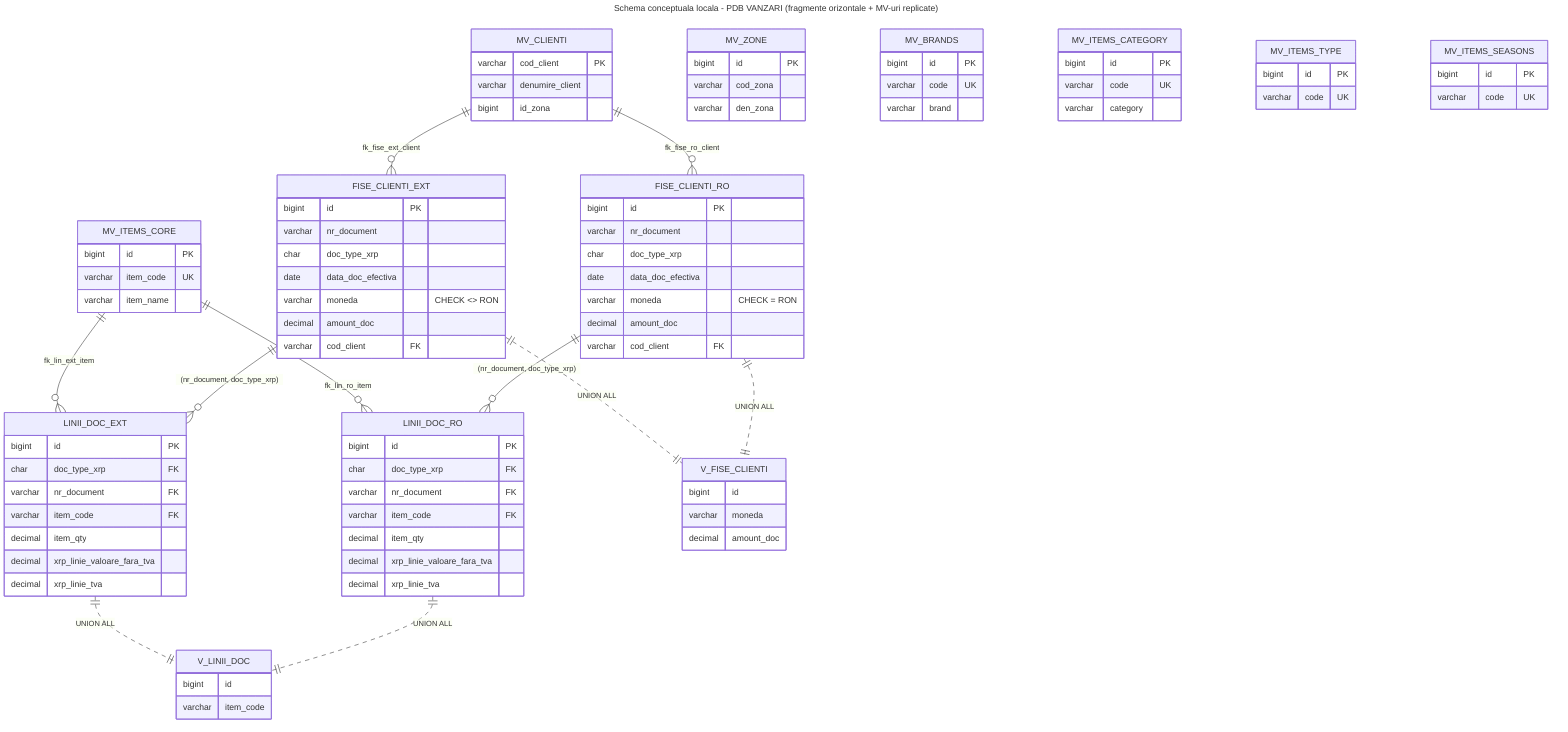
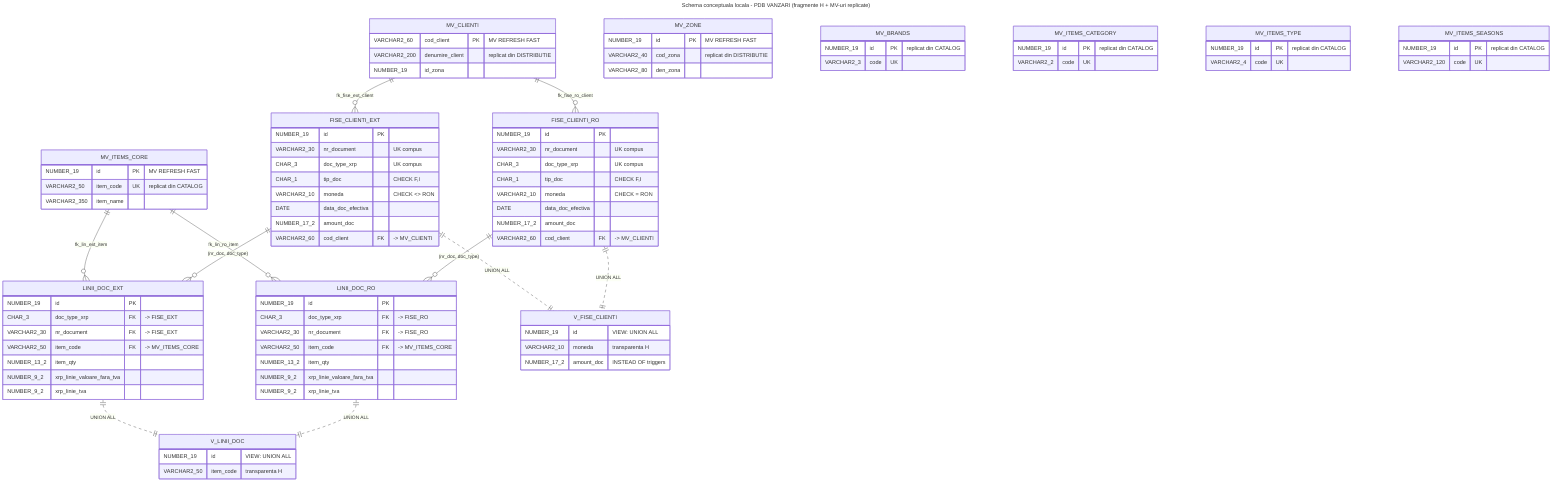
---
- title: Schema conceptuala locala - PDB VANZARI (fragmente orizontale + MV-uri replicate)
+ title: Schema conceptuala locala - PDB VANZARI (fragmente H + MV-uri replicate)
---
erDiagram
  FISE_CLIENTI_RO {
-     bigint id PK
-     varchar nr_document
-     char doc_type_xrp
-     date data_doc_efectiva
-     varchar moneda "CHECK = RON"
-     decimal amount_doc
-     varchar cod_client FK
+     NUMBER_19 id PK
+     VARCHAR2_30 nr_document "UK compus"
+     CHAR_3 doc_type_xrp "UK compus"
+     CHAR_1 tip_doc "CHECK F,I"
+     VARCHAR2_10 moneda "CHECK = RON"
+     DATE data_doc_efectiva
+     NUMBER_17_2 amount_doc
+     VARCHAR2_60 cod_client FK "-> MV_CLIENTI"
  }
  FISE_CLIENTI_EXT {
-     bigint id PK
-     varchar nr_document
-     char doc_type_xrp
-     date data_doc_efectiva
-     varchar moneda "CHECK <> RON"
-     decimal amount_doc
-     varchar cod_client FK
+     NUMBER_19 id PK
+     VARCHAR2_30 nr_document "UK compus"
+     CHAR_3 doc_type_xrp "UK compus"
+     CHAR_1 tip_doc "CHECK F,I"
+     VARCHAR2_10 moneda "CHECK <> RON"
+     DATE data_doc_efectiva
+     NUMBER_17_2 amount_doc
+     VARCHAR2_60 cod_client FK "-> MV_CLIENTI"
  }
  LINII_DOC_RO {
-     bigint id PK
-     char doc_type_xrp FK
-     varchar nr_document FK
-     varchar item_code FK
-     decimal item_qty
-     decimal xrp_linie_valoare_fara_tva
-     decimal xrp_linie_tva
+     NUMBER_19 id PK
+     CHAR_3 doc_type_xrp FK "-> FISE_RO"
+     VARCHAR2_30 nr_document FK "-> FISE_RO"
+     VARCHAR2_50 item_code FK "-> MV_ITEMS_CORE"
+     NUMBER_13_2 item_qty
+     NUMBER_9_2 xrp_linie_valoare_fara_tva
+     NUMBER_9_2 xrp_linie_tva
  }
  LINII_DOC_EXT {
-     bigint id PK
-     char doc_type_xrp FK
-     varchar nr_document FK
-     varchar item_code FK
-     decimal item_qty
-     decimal xrp_linie_valoare_fara_tva
-     decimal xrp_linie_tva
+     NUMBER_19 id PK
+     CHAR_3 doc_type_xrp FK "-> FISE_EXT"
+     VARCHAR2_30 nr_document FK "-> FISE_EXT"
+     VARCHAR2_50 item_code FK "-> MV_ITEMS_CORE"
+     NUMBER_13_2 item_qty
+     NUMBER_9_2 xrp_linie_valoare_fara_tva
+     NUMBER_9_2 xrp_linie_tva
  }
  V_FISE_CLIENTI {
-     bigint id
-     varchar moneda
-     decimal amount_doc
+     NUMBER_19 id "VIEW: UNION ALL"
+     VARCHAR2_10 moneda "transparenta H"
+     NUMBER_17_2 amount_doc "INSTEAD OF triggers"
  }
  V_LINII_DOC {
-     bigint id
-     varchar item_code
+     NUMBER_19 id "VIEW: UNION ALL"
+     VARCHAR2_50 item_code "transparenta H"
  }
  MV_CLIENTI {
-     varchar cod_client PK
-     varchar denumire_client
-     bigint id_zona
+     VARCHAR2_60 cod_client PK "MV REFRESH FAST"
+     VARCHAR2_200 denumire_client "replicat din DISTRIBUTIE"
+     NUMBER_19 id_zona
  }
  MV_ZONE {
-     bigint id PK
-     varchar cod_zona
-     varchar den_zona
+     NUMBER_19 id PK "MV REFRESH FAST"
+     VARCHAR2_40 cod_zona "replicat din DISTRIBUTIE"
+     VARCHAR2_80 den_zona
  }
  MV_ITEMS_CORE {
-     bigint id PK
-     varchar item_code UK
-     varchar item_name
+     NUMBER_19 id PK "MV REFRESH FAST"
+     VARCHAR2_50 item_code UK "replicat din CATALOG"
+     VARCHAR2_350 item_name
  }
  MV_BRANDS {
-     bigint id PK
-     varchar code UK
-     varchar brand
+     NUMBER_19 id PK "replicat din CATALOG"
+     VARCHAR2_3 code UK
  }
  MV_ITEMS_CATEGORY {
-     bigint id PK
-     varchar code UK
-     varchar category
+     NUMBER_19 id PK "replicat din CATALOG"
+     VARCHAR2_2 code UK
  }
  MV_ITEMS_TYPE {
-     bigint id PK
-     varchar code UK
+     NUMBER_19 id PK "replicat din CATALOG"
+     VARCHAR2_4 code UK
  }
  MV_ITEMS_SEASONS {
-     bigint id PK
-     varchar code UK
+     NUMBER_19 id PK "replicat din CATALOG"
+     VARCHAR2_120 code UK
  }
-   FISE_CLIENTI_RO ||--o{ LINII_DOC_RO : "(nr_document, doc_type_xrp)"
-   FISE_CLIENTI_EXT ||--o{ LINII_DOC_EXT : "(nr_document, doc_type_xrp)"
-   FISE_CLIENTI_RO ||..|| V_FISE_CLIENTI : "UNION ALL"
+ 
+   FISE_CLIENTI_RO  ||--o{ LINII_DOC_RO  : "(nr_doc, doc_type)"
+   FISE_CLIENTI_EXT ||--o{ LINII_DOC_EXT : "(nr_doc, doc_type)"
+   FISE_CLIENTI_RO  ||..|| V_FISE_CLIENTI : "UNION ALL"
  FISE_CLIENTI_EXT ||..|| V_FISE_CLIENTI : "UNION ALL"
-   LINII_DOC_RO ||..|| V_LINII_DOC : "UNION ALL"
-   LINII_DOC_EXT ||..|| V_LINII_DOC : "UNION ALL"
-   MV_CLIENTI ||--o{ FISE_CLIENTI_RO : "fk_fise_ro_client"
-   MV_CLIENTI ||--o{ FISE_CLIENTI_EXT : "fk_fise_ext_client"
-   MV_ITEMS_CORE ||--o{ LINII_DOC_RO : "fk_lin_ro_item"
-   MV_ITEMS_CORE ||--o{ LINII_DOC_EXT : "fk_lin_ext_item"
+   LINII_DOC_RO     ||..|| V_LINII_DOC   : "UNION ALL"
+   LINII_DOC_EXT    ||..|| V_LINII_DOC   : "UNION ALL"
+   MV_CLIENTI       ||--o{ FISE_CLIENTI_RO  : "fk_fise_ro_client"
+   MV_CLIENTI       ||--o{ FISE_CLIENTI_EXT : "fk_fise_ext_client"
+   MV_ITEMS_CORE    ||--o{ LINII_DOC_RO  : "fk_lin_ro_item"
+   MV_ITEMS_CORE    ||--o{ LINII_DOC_EXT : "fk_lin_ext_item"
